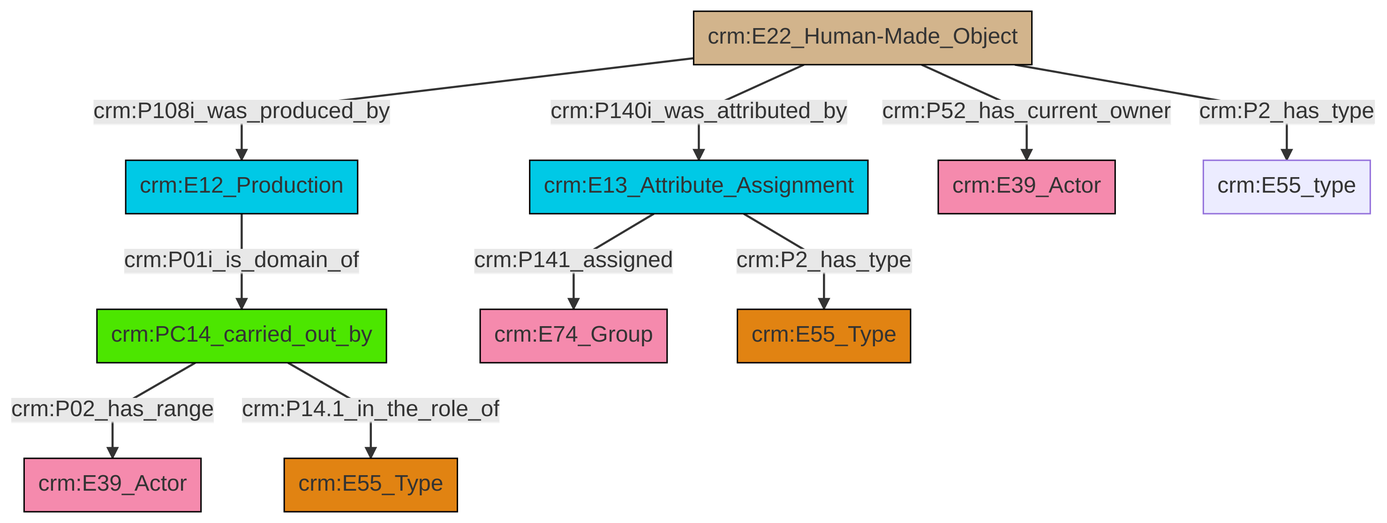
Above: et/builtWorkCSV/ttl/mmd/png/Built_Work_actor_relations.png in swiss-art-research-net/reference-data-models (Mermaid), before the change. Its source is kept beside it as et/builtWorkCSV/ttl/mmd/Built_Work_actor_relations.ttl.mmd.
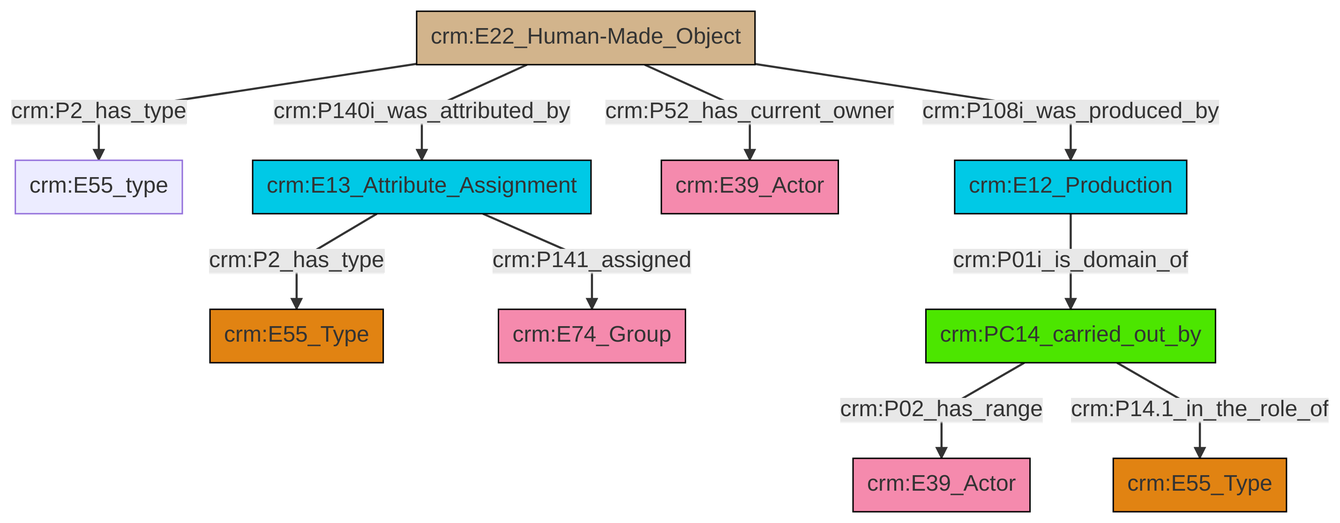
After the commit.

What changed in the source:
```diff
@@ -13,12 +13,12 @@
 classDef PC_Classes fill:#4ce600, stroke:#000000;
 classDef Multi fill:#cccccc,stroke:#000000;
 
-0["crm:E12_Production"]:::Temporal_Entity -->|crm:P01i_is_domain_of| 1["crm:PC14_carried_out_by"]:::PC_Classes
-2["crm:E13_Attribute_Assignment"]:::Temporal_Entity -->|crm:P141_assigned| 3["crm:E74_Group"]:::Actor
-1["crm:PC14_carried_out_by"]:::PC_Classes -->|crm:P02_has_range| 4["crm:E39_Actor"]:::Actor
-2["crm:E13_Attribute_Assignment"]:::Temporal_Entity -->|crm:P2_has_type| 8["crm:E55_Type"]:::Type
-1["crm:PC14_carried_out_by"]:::PC_Classes -->|crm:P14.1_in_the_role_of| 9["crm:E55_Type"]:::Type
-10["crm:E22_Human-Made_Object"]:::Physical_Thing -->|crm:P52_has_current_owner| 6["crm:E39_Actor"]:::Actor
-10["crm:E22_Human-Made_Object"]:::Physical_Thing -->|crm:P108i_was_produced_by| 0["crm:E12_Production"]:::Temporal_Entity
-10["crm:E22_Human-Made_Object"]:::Physical_Thing -->|crm:P2_has_type| 17["crm:E55_type"]:::Default
-10["crm:E22_Human-Made_Object"]:::Physical_Thing -->|crm:P140i_was_attributed_by| 2["crm:E13_Attribute_Assignment"]:::Temporal_Entity
+0["crm:E22_Human-Made_Object"]:::Physical_Thing -->|crm:P2_has_type| 1["crm:E55_type"]:::Default
+4["crm:PC14_carried_out_by"]:::PC_Classes -->|crm:P02_has_range| 6["crm:E39_Actor"]:::Actor
+0["crm:E22_Human-Made_Object"]:::Physical_Thing -->|crm:P140i_was_attributed_by| 9["crm:E13_Attribute_Assignment"]:::Temporal_Entity
+10["crm:E12_Production"]:::Temporal_Entity -->|crm:P01i_is_domain_of| 4["crm:PC14_carried_out_by"]:::PC_Classes
+0["crm:E22_Human-Made_Object"]:::Physical_Thing -->|crm:P52_has_current_owner| 7["crm:E39_Actor"]:::Actor
+0["crm:E22_Human-Made_Object"]:::Physical_Thing -->|crm:P108i_was_produced_by| 10["crm:E12_Production"]:::Temporal_Entity
+9["crm:E13_Attribute_Assignment"]:::Temporal_Entity -->|crm:P2_has_type| 15["crm:E55_Type"]:::Type
+4["crm:PC14_carried_out_by"]:::PC_Classes -->|crm:P14.1_in_the_role_of| 19["crm:E55_Type"]:::Type
+9["crm:E13_Attribute_Assignment"]:::Temporal_Entity -->|crm:P141_assigned| 2["crm:E74_Group"]:::Actor
```
